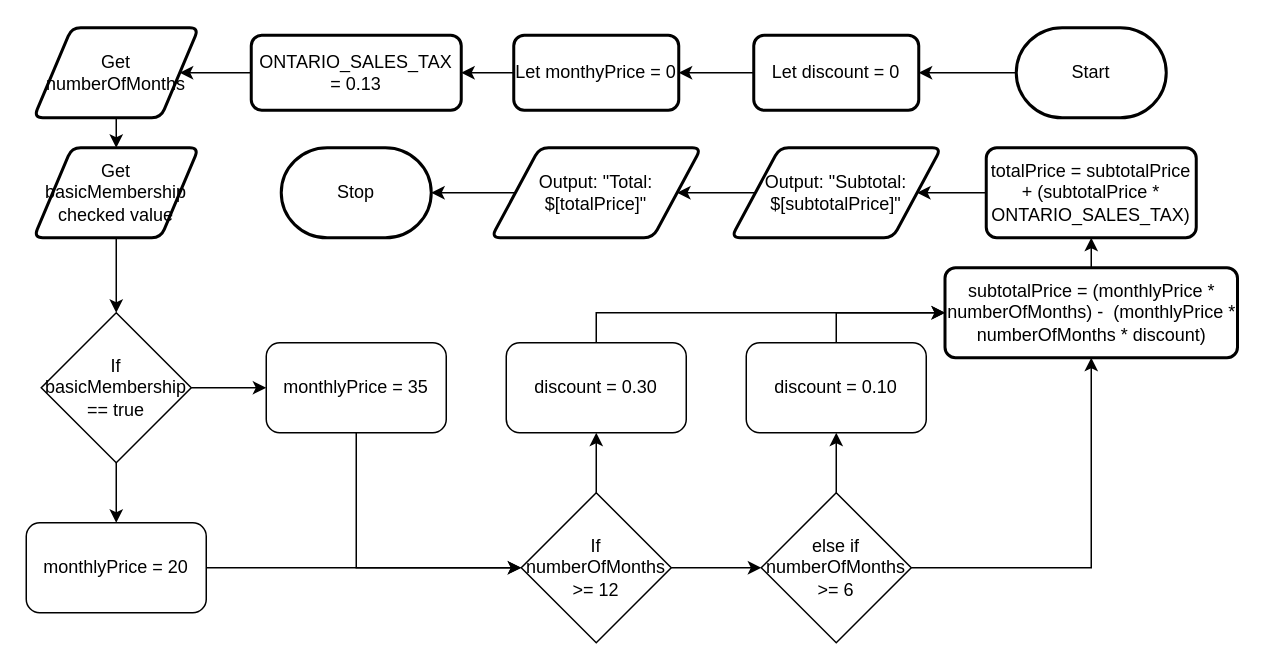
MTHS-ICD2O-1-2024/ICD2O-Assignment-04-Aimar-Fernandez keeps this draw.io diagram as design/flowchart.drawio. Above is the earlier version. Source tidied: cells renumbered, new cells numbered last; positions are measured from the earlier drawing's top-left corner, leaving out a move shared by most shapes. Both pictures are drawn from the tidied source at 150%, with x=0, y=0 at pixel (26, 27).
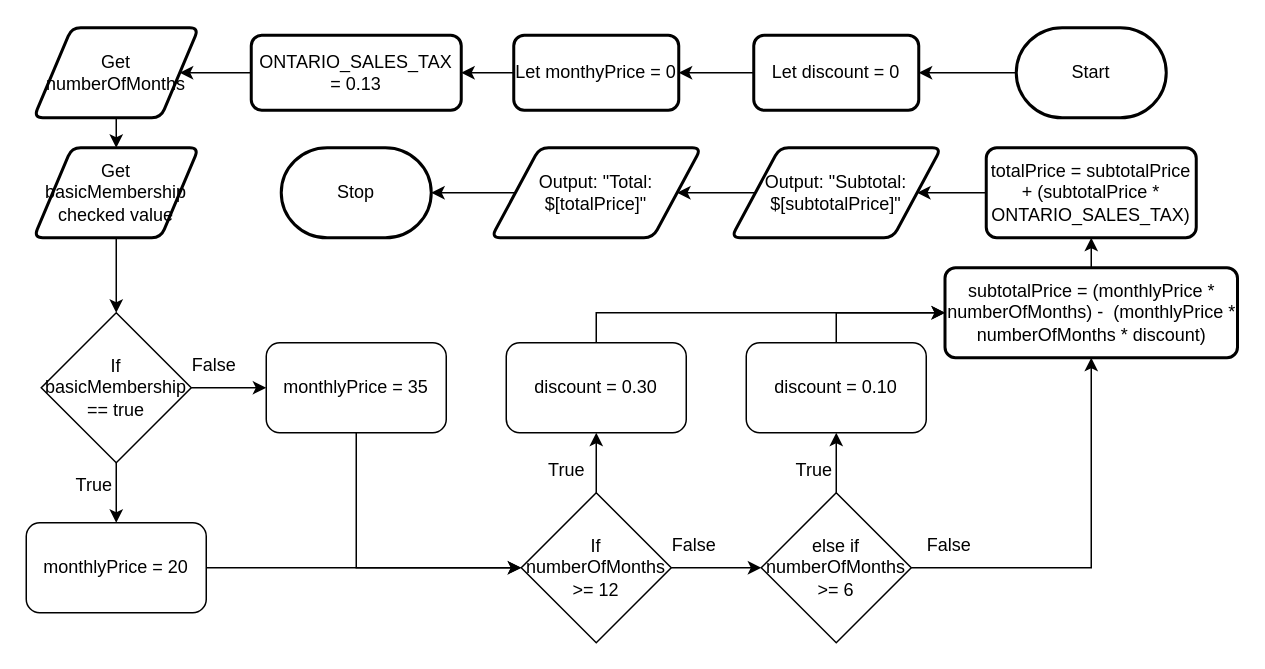
The same diagram, later.

The edit, as a diff of the source:
```diff
@@
+    <mxCell id="40" value="True" style="text;html=1;align=center;verticalAlign=middle;strokeColor=none;fillColor=none;" parent="1" vertex="1">
+      <mxGeometry x="20" y="290" width="50" height="30" as="geometry" />
+    </mxCell>
+    <mxCell id="41" value="True" style="text;html=1;align=center;verticalAlign=middle;strokeColor=none;fillColor=none;" parent="1" vertex="1">
+      <mxGeometry x="335" y="280" width="50" height="30" as="geometry" />
+    </mxCell>
+    <mxCell id="42" value="True" style="text;html=1;align=center;verticalAlign=middle;strokeColor=none;fillColor=none;" parent="1" vertex="1">
+      <mxGeometry x="500" y="280" width="50" height="30" as="geometry" />
+    </mxCell>
+    <mxCell id="43" value="False" style="text;html=1;align=center;verticalAlign=middle;strokeColor=none;fillColor=none;" parent="1" vertex="1">
+      <mxGeometry x="420" y="330" width="50" height="30" as="geometry" />
+    </mxCell>
+    <mxCell id="44" value="False" style="text;html=1;align=center;verticalAlign=middle;strokeColor=none;fillColor=none;" parent="1" vertex="1">
+      <mxGeometry x="590" y="330" width="50" height="30" as="geometry" />
+    </mxCell>
+    <mxCell id="45" value="False" style="text;html=1;align=center;verticalAlign=middle;strokeColor=none;fillColor=none;" parent="1" vertex="1">
+      <mxGeometry x="100" y="210" width="50" height="30" as="geometry" />
+    </mxCell>
```
